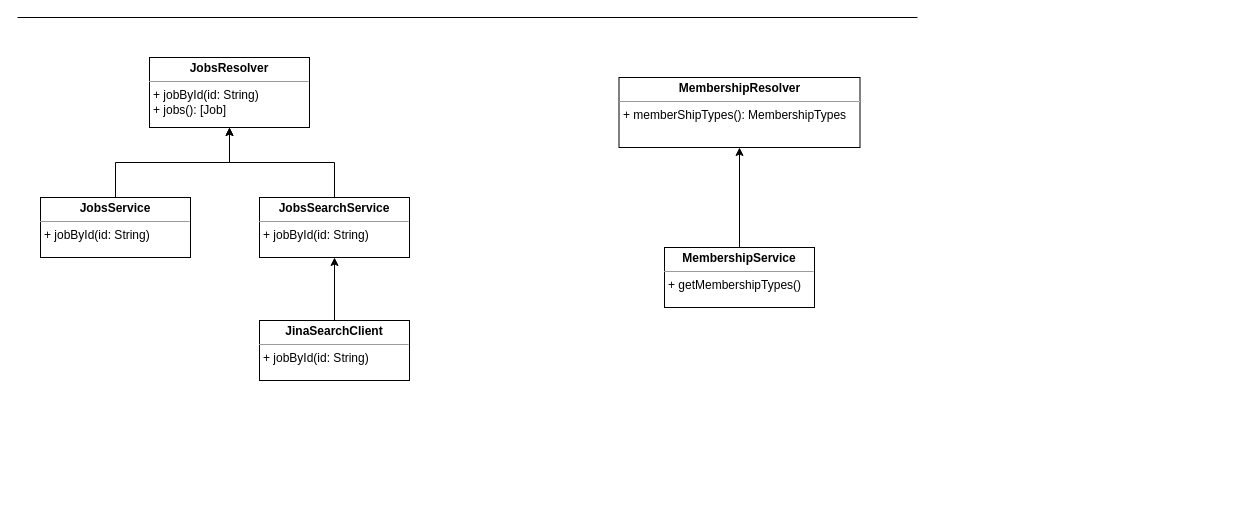
Earlier version of the draw.io diagram page "Backend Class Diagram" (1 of 2) of backend/diagrams.drawio (qiusuo-fuyuan/eagleeyejobs). Source tidied: cells renumbered, new cells numbered last; positions are measured from the earlier drawing's top-left corner, leaving out a move shared by most shapes. Both pictures are drawn from the tidied source at 100%, with x=0, y=0 at pixel (17, 17).
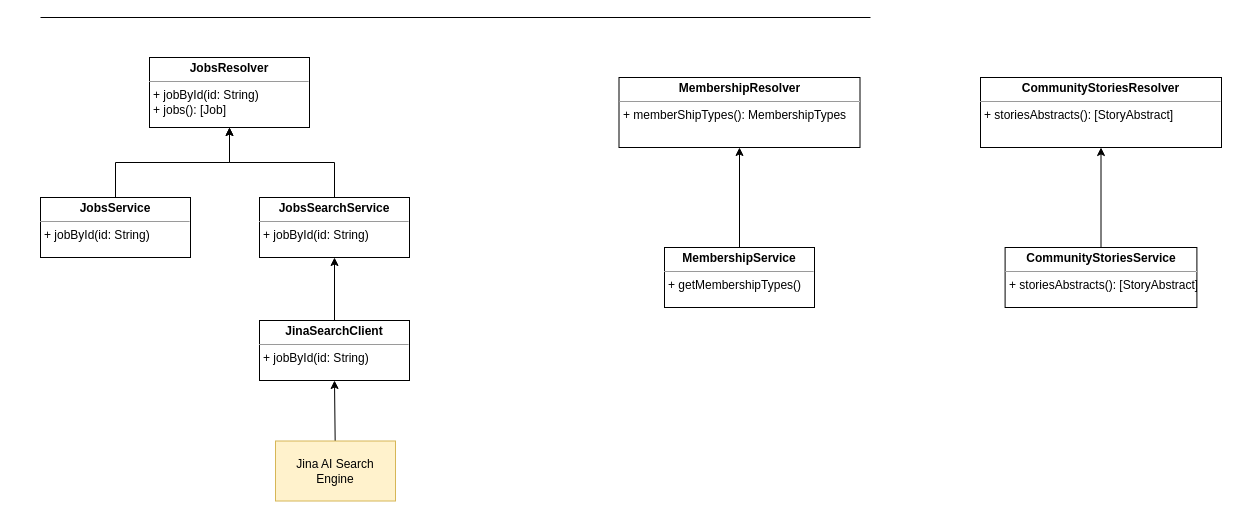
The same page after the edit.

Commit message:
upload backend sequence diagram

Diff of the diagram source:
```diff
@@
 <mxGraphModel>
   <root>
     <mxCell id="0" />
     <mxCell id="1" parent="0" />
     <mxCell id="2" value="&lt;p style=&quot;margin:0px;margin-top:4px;text-align:center;&quot;&gt;&lt;b&gt;JobsResolver&lt;/b&gt;&lt;/p&gt;&lt;hr size=&quot;1&quot;&gt;&lt;p style=&quot;margin:0px;margin-left:4px;&quot;&gt;+ jobById(id: String)&lt;/p&gt;&lt;p style=&quot;margin:0px;margin-left:4px;&quot;&gt;+ jobs(): [Job]&lt;/p&gt;" style="verticalAlign=top;align=left;overflow=fill;fontSize=12;fontFamily=Helvetica;html=1;" parent="1" vertex="1">
       <mxGeometry x="132" y="40" width="160" height="70" as="geometry" />
     </mxCell>
     <mxCell id="3" style="edgeStyle=orthogonalEdgeStyle;rounded=0;jettySize=auto;html=1;entryX=0.5;entryY=1;entryDx=0;entryDy=0;" parent="1" edge="1" source="4" target="2">
       <mxGeometry relative="1" as="geometry" />
     </mxCell>
     <mxCell id="4" value="&lt;p style=&quot;margin:0px;margin-top:4px;text-align:center;&quot;&gt;&lt;b&gt;JobsService&lt;/b&gt;&lt;/p&gt;&lt;hr size=&quot;1&quot;&gt;&lt;p style=&quot;margin:0px;margin-left:4px;&quot;&gt;+ jobById(id: String)&lt;/p&gt;" style="verticalAlign=top;align=left;overflow=fill;fontSize=12;fontFamily=Helvetica;html=1;" parent="1" vertex="1">
       <mxGeometry x="23" y="180" width="150" height="60" as="geometry" />
     </mxCell>
     <mxCell id="5" style="edgeStyle=orthogonalEdgeStyle;rounded=0;jettySize=auto;html=1;" parent="1" edge="1" source="6" target="2">
       <mxGeometry relative="1" as="geometry" />
     </mxCell>
     <mxCell id="6" value="&lt;p style=&quot;margin:0px;margin-top:4px;text-align:center;&quot;&gt;&lt;b&gt;JobsSearchService&lt;/b&gt;&lt;/p&gt;&lt;hr size=&quot;1&quot;&gt;&lt;p style=&quot;margin:0px;margin-left:4px;&quot;&gt;+ jobById(id: String)&lt;/p&gt;" style="verticalAlign=top;align=left;overflow=fill;fontSize=12;fontFamily=Helvetica;html=1;" parent="1" vertex="1">
       <mxGeometry x="242" y="180" width="150" height="60" as="geometry" />
     </mxCell>
     <mxCell id="7" style="edgeStyle=orthogonalEdgeStyle;rounded=0;jettySize=auto;html=1;" parent="1" edge="1" source="8" target="6">
       <mxGeometry relative="1" as="geometry" />
     </mxCell>
     <mxCell id="8" value="&lt;p style=&quot;margin:0px;margin-top:4px;text-align:center;&quot;&gt;&lt;b&gt;JinaSearchClient&lt;/b&gt;&lt;/p&gt;&lt;hr size=&quot;1&quot;&gt;&lt;p style=&quot;margin:0px;margin-left:4px;&quot;&gt;+ jobById(id: String)&lt;/p&gt;" style="verticalAlign=top;align=left;overflow=fill;fontSize=12;fontFamily=Helvetica;html=1;" parent="1" vertex="1">
       <mxGeometry x="242" y="303" width="150" height="60" as="geometry" />
     </mxCell>
     <mxCell id="9" style="endArrow=none;html=1;rounded=0;" parent="1" edge="1">
       <mxGeometry relative="1" as="geometry">
-        <mxPoint as="sourcePoint" />
-        <mxPoint x="900" as="targetPoint" />
+        <mxPoint x="23" as="sourcePoint" />
+        <mxPoint x="853" as="targetPoint" />
       </mxGeometry>
     </mxCell>
     <mxCell id="10" value="&lt;p style=&quot;margin: 0px ; margin-top: 4px ; text-align: center&quot;&gt;&lt;b&gt;MembershipResolver&lt;/b&gt;&lt;/p&gt;&lt;hr size=&quot;1&quot;&gt;&lt;p style=&quot;margin: 0px ; margin-left: 4px&quot;&gt;+ memberShipTypes(): MembershipTypes&lt;/p&gt;" style="verticalAlign=top;align=left;overflow=fill;fontSize=12;fontFamily=Helvetica;html=1;" parent="1" vertex="1">
       <mxGeometry x="601.5" y="60" width="241" height="70" as="geometry" />
     </mxCell>
     <mxCell id="11" style="edgeStyle=orthogonalEdgeStyle;rounded=0;jettySize=auto;html=1;entryX=0.5;entryY=1;entryDx=0;entryDy=0;" parent="1" edge="1" source="12" target="10">
       <mxGeometry relative="1" as="geometry" />
     </mxCell>
     <mxCell id="12" value="&lt;p style=&quot;margin: 0px ; margin-top: 4px ; text-align: center&quot;&gt;&lt;b&gt;MembershipService&lt;/b&gt;&lt;/p&gt;&lt;hr size=&quot;1&quot;&gt;&lt;p style=&quot;margin: 0px ; margin-left: 4px&quot;&gt;+ getMembershipTypes()&lt;/p&gt;" style="verticalAlign=top;align=left;overflow=fill;fontSize=12;fontFamily=Helvetica;html=1;" parent="1" vertex="1">
       <mxGeometry x="647" y="230" width="150" height="60" as="geometry" />
     </mxCell>
+    <mxCell id="13" style="edgeStyle=none;html=1;entryX=0.5;entryY=1;entryDx=0;entryDy=0;" parent="1" edge="1" source="14" target="8">
+      <mxGeometry relative="1" as="geometry" />
+    </mxCell>
+    <mxCell id="14" value="Jina AI Search Engine" style="rounded=0;whiteSpace=wrap;html=1;fillColor=#fff2cc;strokeColor=#d6b656;" parent="1" vertex="1">
+      <mxGeometry x="258" y="423.5" width="120" height="60" as="geometry" />
+    </mxCell>
+    <mxCell id="15" value="&lt;p style=&quot;margin: 0px ; margin-top: 4px ; text-align: center&quot;&gt;&lt;b&gt;CommunityStoriesResolver&lt;/b&gt;&lt;/p&gt;&lt;hr size=&quot;1&quot;&gt;&lt;p style=&quot;margin: 0px ; margin-left: 4px&quot;&gt;+ storiesAbstracts(): [StoryAbstract]&lt;/p&gt;" style="verticalAlign=top;align=left;overflow=fill;fontSize=12;fontFamily=Helvetica;html=1;" parent="1" vertex="1">
+      <mxGeometry x="963" y="60" width="241" height="70" as="geometry" />
+    </mxCell>
+    <mxCell id="16" style="edgeStyle=orthogonalEdgeStyle;rounded=0;jettySize=auto;html=1;entryX=0.5;entryY=1;entryDx=0;entryDy=0;" parent="1" edge="1" source="17" target="15">
+      <mxGeometry relative="1" as="geometry" />
+    </mxCell>
+    <mxCell id="17" value="&lt;p style=&quot;margin: 0px ; margin-top: 4px ; text-align: center&quot;&gt;&lt;b&gt;CommunityStoriesService&lt;/b&gt;&lt;/p&gt;&lt;hr size=&quot;1&quot;&gt;&lt;p style=&quot;margin: 0px ; margin-left: 4px&quot;&gt;+ storiesAbstracts(): [StoryAbstract]&lt;/p&gt;" style="verticalAlign=top;align=left;overflow=fill;fontSize=12;fontFamily=Helvetica;html=1;" parent="1" vertex="1">
+      <mxGeometry x="987.6" y="230" width="191.8" height="60" as="geometry" />
+    </mxCell>
   </root>
 </mxGraphModel>
```
